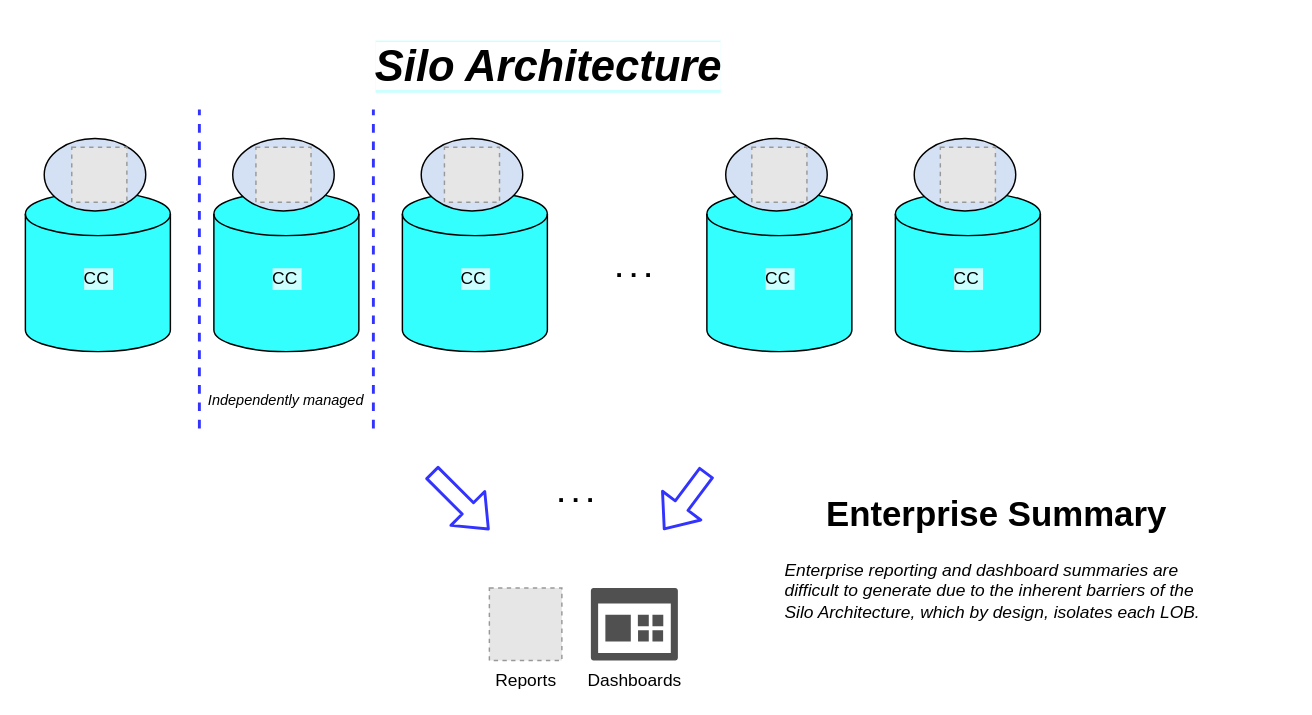
Before: resources/images/silos.drawio in hanyg/gitdemo, a draw.io diagram. Source tidied: cells renumbered, new cells numbered last; positions are measured from the earlier drawing's top-left corner, leaving out a move shared by most shapes. Both pictures are drawn from the tidied source at 145%, with x=0, y=0 at pixel (25, 51). Pictures stored in the file or linked from it are replaced by grey dashed boxes.
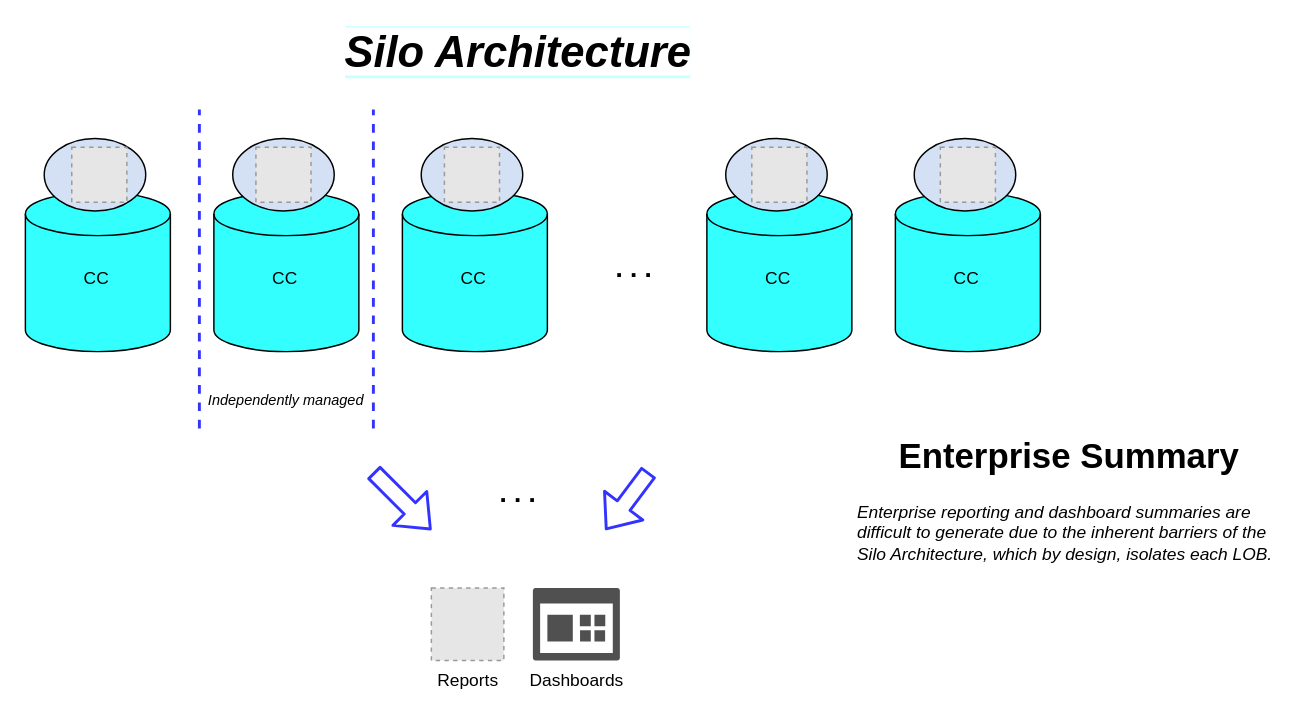
Above is the later version.

The change refers to these unchanged cells:
```xml
<mxCell id="2" style="group;" parent="1" vertex="1">
  <mxGeometry y="60" width="100" height="147" as="geometry" />
</mxCell>
<mxCell id="7" style="group;" parent="1" vertex="1">
  <mxGeometry x="600" y="60" width="100" height="147" as="geometry" />
</mxCell>
<mxCell id="12" style="group;" parent="1" vertex="1">
  <mxGeometry x="130" y="60" width="100" height="147" as="geometry" />
</mxCell>
<mxCell id="18" style="group;" parent="17" vertex="1">
  <mxGeometry width="100" height="147" as="geometry" />
</mxCell>
<mxCell id="23" style="group;" parent="1" vertex="1">
  <mxGeometry x="470" y="60" width="100" height="147" as="geometry" />
</mxCell>
```

What changed in the source:
```diff
@@
-    <mxCell id="5" value="CC&amp;nbsp;" style="text;html=1;strokeColor=none;fillColor=none;align=center;verticalAlign=middle;whiteSpace=wrap;rounded=0;labelBackgroundColor=#CCFFFF;" parent="2" vertex="1">
+    <mxCell id="5" value="&lt;span style=&quot;&quot;&gt;CC&amp;nbsp;&lt;/span&gt;" style="text;html=1;strokeColor=none;fillColor=none;align=center;verticalAlign=middle;whiteSpace=wrap;rounded=0;labelBackgroundColor=none;" parent="2" vertex="1">
       <mxGeometry x="31" y="87" width="40" height="20" as="geometry" />
     </mxCell>
@@
-    <mxCell id="10" value="CC&amp;nbsp;" style="text;html=1;strokeColor=none;fillColor=none;align=center;verticalAlign=middle;whiteSpace=wrap;rounded=0;labelBackgroundColor=#CCFFFF;" parent="7" vertex="1">
+    <mxCell id="10" value="CC&amp;nbsp;" style="text;html=1;strokeColor=none;fillColor=none;align=center;verticalAlign=middle;whiteSpace=wrap;rounded=0;labelBackgroundColor=none;" parent="7" vertex="1">
       <mxGeometry x="31" y="87" width="40" height="20" as="geometry" />
     </mxCell>
@@
-    <mxCell id="15" value="CC&amp;nbsp;" style="text;html=1;strokeColor=none;fillColor=none;align=center;verticalAlign=middle;whiteSpace=wrap;rounded=0;labelBackgroundColor=#CCFFFF;" parent="12" vertex="1">
+    <mxCell id="15" value="CC&amp;nbsp;" style="text;html=1;strokeColor=none;fillColor=none;align=center;verticalAlign=middle;whiteSpace=wrap;rounded=0;labelBackgroundColor=none;" parent="12" vertex="1">
       <mxGeometry x="31" y="87" width="40" height="20" as="geometry" />
     </mxCell>
@@
-    <mxCell id="21" value="CC&amp;nbsp;" style="text;html=1;strokeColor=none;fillColor=none;align=center;verticalAlign=middle;whiteSpace=wrap;rounded=0;labelBackgroundColor=#CCFFFF;" parent="18" vertex="1">
+    <mxCell id="21" value="CC&amp;nbsp;" style="text;html=1;strokeColor=none;fillColor=none;align=center;verticalAlign=middle;whiteSpace=wrap;rounded=0;labelBackgroundColor=none;" parent="18" vertex="1">
       <mxGeometry x="31" y="87" width="40" height="20" as="geometry" />
     </mxCell>
@@
-    <mxCell id="26" value="CC&amp;nbsp;" style="text;html=1;strokeColor=none;fillColor=none;align=center;verticalAlign=middle;whiteSpace=wrap;rounded=0;labelBackgroundColor=#CCFFFF;" parent="23" vertex="1">
+    <mxCell id="26" value="CC&amp;nbsp;" style="text;html=1;strokeColor=none;fillColor=none;align=center;verticalAlign=middle;whiteSpace=wrap;rounded=0;labelBackgroundColor=none;" parent="23" vertex="1">
       <mxGeometry x="31" y="87" width="40" height="20" as="geometry" />
     </mxCell>
@@
     <mxCell id="28" value="&lt;span style=&quot;background-color: rgb(255 , 255 , 255)&quot;&gt;&lt;b&gt;&lt;i&gt;Silo Architecture&lt;/i&gt;&lt;/b&gt;&lt;/span&gt;" style="text;html=1;strokeColor=none;fillColor=none;align=center;verticalAlign=middle;whiteSpace=wrap;rounded=0;labelBackgroundColor=#CCFFFF;fontSize=30;" parent="1" vertex="1">
-      <mxGeometry x="170" width="382" height="20" as="geometry" />
+      <mxGeometry x="149" y="-10" width="382" height="20" as="geometry" />
     </mxCell>
@@
     <mxCell id="33" value="Dashboards" style="shadow=0;dashed=0;html=1;strokeColor=none;labelPosition=center;verticalLabelPosition=bottom;verticalAlign=top;align=center;fillColor=#505050;shape=mxgraph.mscae.intune.dashboard;" parent="1" vertex="1">
-      <mxGeometry x="390" y="370" width="60" height="50" as="geometry" />
+      <mxGeometry x="350" y="370" width="60" height="50" as="geometry" />
     </mxCell>
     <mxCell id="34" style="shape=flexArrow;endArrow=classic;html=1;strokeColor=#3333FF;strokeWidth=2;" parent="1" edge="1">
       <mxGeometry relative="1" as="geometry">
-        <mxPoint x="470" y="290" as="sourcePoint" />
-        <mxPoint x="440" y="330" as="targetPoint" />
+        <mxPoint x="430" y="290" as="sourcePoint" />
+        <mxPoint x="400" y="330" as="targetPoint" />
       </mxGeometry>
     </mxCell>
     <mxCell id="35" style="shape=flexArrow;endArrow=classic;html=1;strokeColor=#3333FF;strokeWidth=2;" parent="1" edge="1">
       <mxGeometry relative="1" as="geometry">
-        <mxPoint x="280" y="290" as="sourcePoint" />
-        <mxPoint x="320" y="330" as="targetPoint" />
+        <mxPoint x="240" y="290" as="sourcePoint" />
+        <mxPoint x="280" y="330" as="targetPoint" />
       </mxGeometry>
     </mxCell>
     <mxCell id="36" value="Reports" style="fillColor=#E6E6E6;strokeColor=#999999;dashed=1;html=1;verticalAlign=top;verticalLabelPosition=bottom;labelBackgroundColor=#ffffff;" parent="1" vertex="1">
-      <mxGeometry x="320" y="370" width="50" height="50" as="geometry" />
+      <mxGeometry x="280" y="370" width="50" height="50" as="geometry" />
     </mxCell>
     <mxCell id="37" value="&lt;h1&gt;Enterprise Summary&lt;/h1&gt;&lt;p style=&quot;text-align: left&quot;&gt;&lt;i&gt;Enterprise reporting and dashboard summaries are difficult to generate due to the inherent barriers of the Silo Architecture, which by design, isolates each LOB.&lt;/i&gt;&lt;/p&gt;" style="text;html=1;strokeColor=none;fillColor=none;spacing=5;spacingTop=-20;whiteSpace=wrap;overflow=hidden;rounded=0;align=center;" parent="1" vertex="1">
-      <mxGeometry x="520" y="300" width="300" height="120" as="geometry" />
+      <mxGeometry x="570" y="260" width="300" height="120" as="geometry" />
     </mxCell>
     <mxCell id="38" value="&lt;font style=&quot;font-size: 18px&quot;&gt;&lt;b&gt;. . .&lt;/b&gt;&lt;/font&gt;" style="text;html=1;strokeColor=none;fillColor=none;align=center;verticalAlign=middle;whiteSpace=wrap;rounded=0;" parent="1" vertex="1">
-      <mxGeometry x="360" y="295" width="40" height="20" as="geometry" />
+      <mxGeometry x="320" y="295" width="40" height="20" as="geometry" />
     </mxCell>
```
